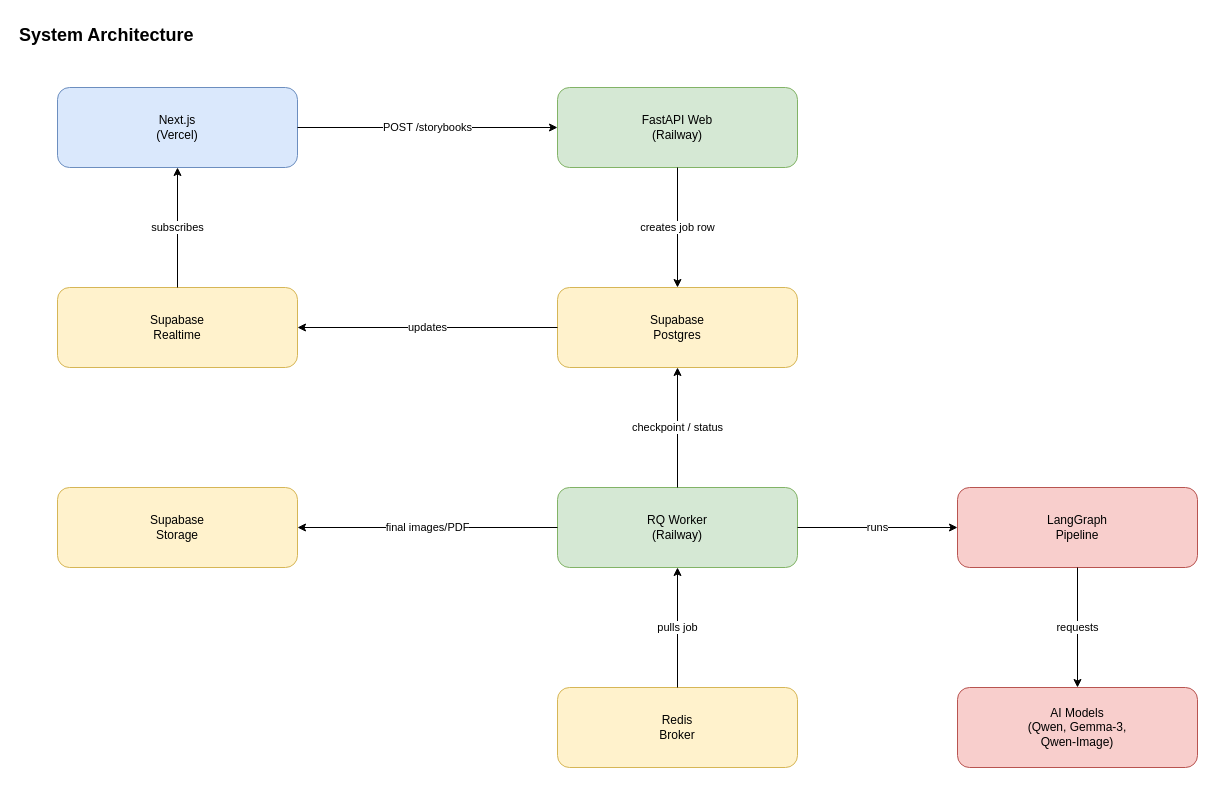
The draw.io diagram docs/diagrams/drawio/system_architecture.drawio in Hanseooo/story-buddy, before the edit. Source tidied: cells renumbered, new cells numbered last; positions are measured from the earlier drawing's top-left corner, leaving out a move shared by most shapes. Both pictures are drawn from the tidied source at 100%, with x=0, y=0 at pixel (17, 17).
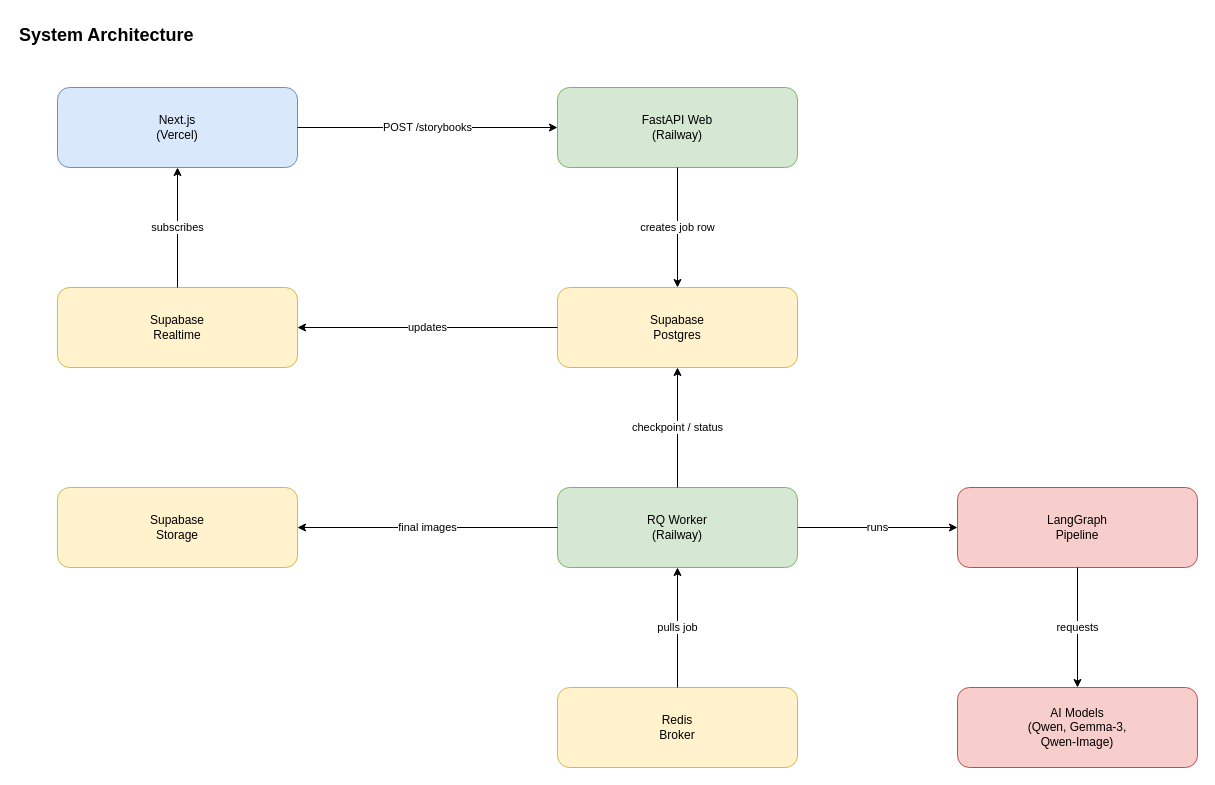
Above is the later version.

Unchanged cells that the change refers to:
```xml
<mxCell id="7" value="Supabase&lt;br&gt;Storage" style="rounded=1;whiteSpace=wrap;html=1;fillColor=#fff2cc;strokeColor=#d6b656;" parent="1" vertex="1">
  <mxGeometry x="40" y="470" width="240" height="80" as="geometry" />
</mxCell>
<mxCell id="8" value="RQ Worker&lt;br&gt;(Railway)" style="rounded=1;whiteSpace=wrap;html=1;fillColor=#d5e8d4;strokeColor=#82b366;" parent="1" vertex="1">
  <mxGeometry x="540" y="470" width="240" height="80" as="geometry" />
</mxCell>
```

Change to the diagram source:
```diff
@@
-    <mxCell id="19" value="final images/PDF" style="edgeStyle=orthogonalEdgeStyle;html=1;" parent="1" edge="1" source="8" target="7">
+    <mxCell id="19" value="final images" style="edgeStyle=orthogonalEdgeStyle;html=1;" parent="1" edge="1" source="8" target="7">
       <mxGeometry relative="1" as="geometry" />
     </mxCell>
```
